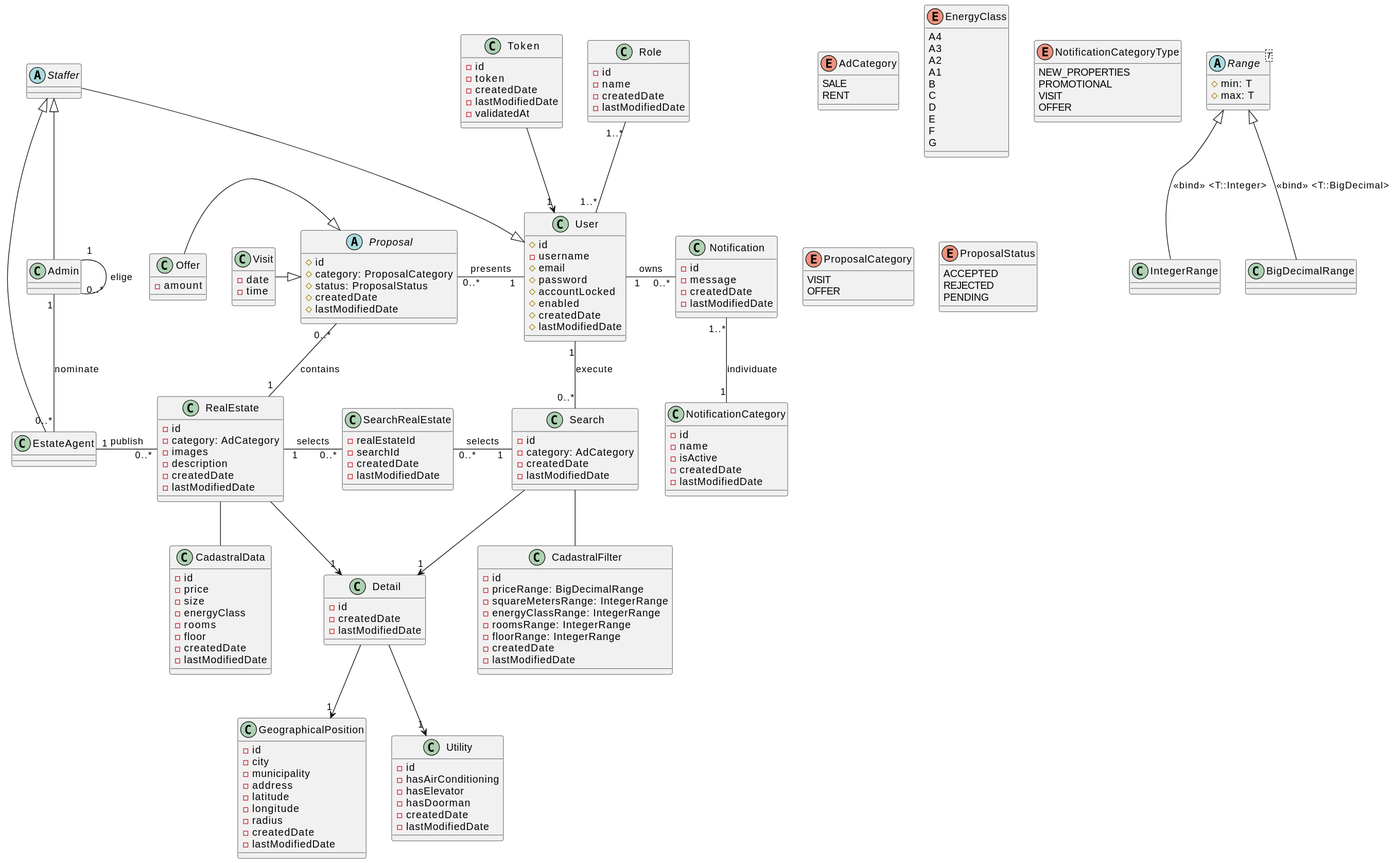
The PlantUML diagram documentazione/nuovi/out/model/Model.svg in PSP-DietiEstates25/DietiEstates25, before a commit.
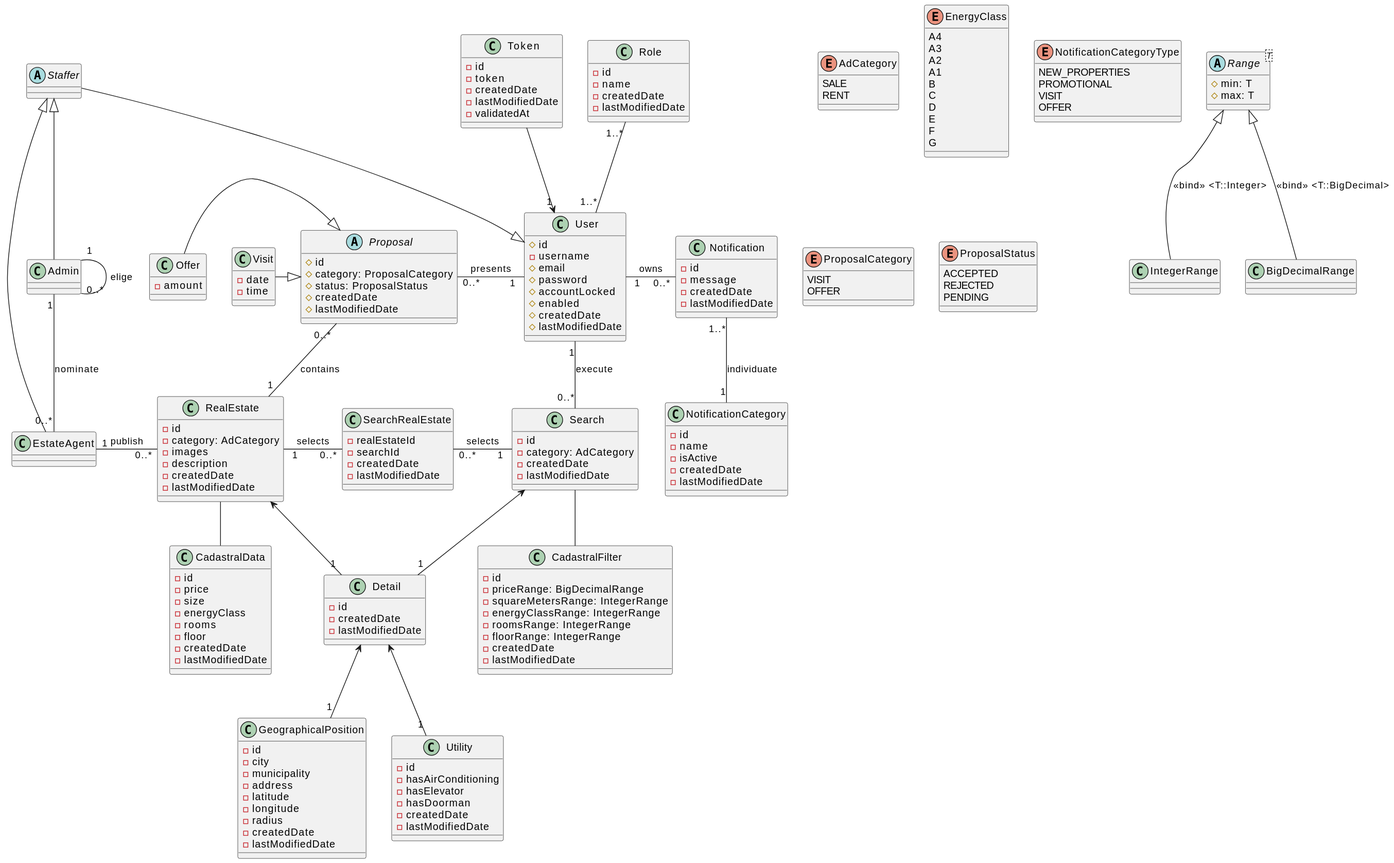
Above is the later version.

Commit message:
Aggiornato diagramma

Diff of the diagram source:
```diff
@@ -199,10 +199,10 @@
 Admin "1" -- "0..*" Admin : elige
 Admin "1" -- "0..*" EstateAgent : nominate
 
-Detail --> "1" GeographicalPosition
-Detail --> "1" Utility
+Detail <-- "1" GeographicalPosition
+Detail <-- "1" Utility
 
-RealEstate -down-> "1" Detail
+RealEstate <-down- "1" Detail
 RealEstate " 1  " -right- "0..*" SearchRealEstate : selects
 RealEstate "0..*" -left- "1" EstateAgent : publish
 RealEstate "1" -up- "0..*" Proposal : contains
@@ -216,7 +216,7 @@
 
 Notification "1..*" -down- "1" NotificationCategory : individuate
 
-Search --> "1" Detail
+Search <-- "1" Detail
 Search "  1 " -left- "0..*" SearchRealEstate : selects
 Search -down- CadastralFilter
 @enduml
```
